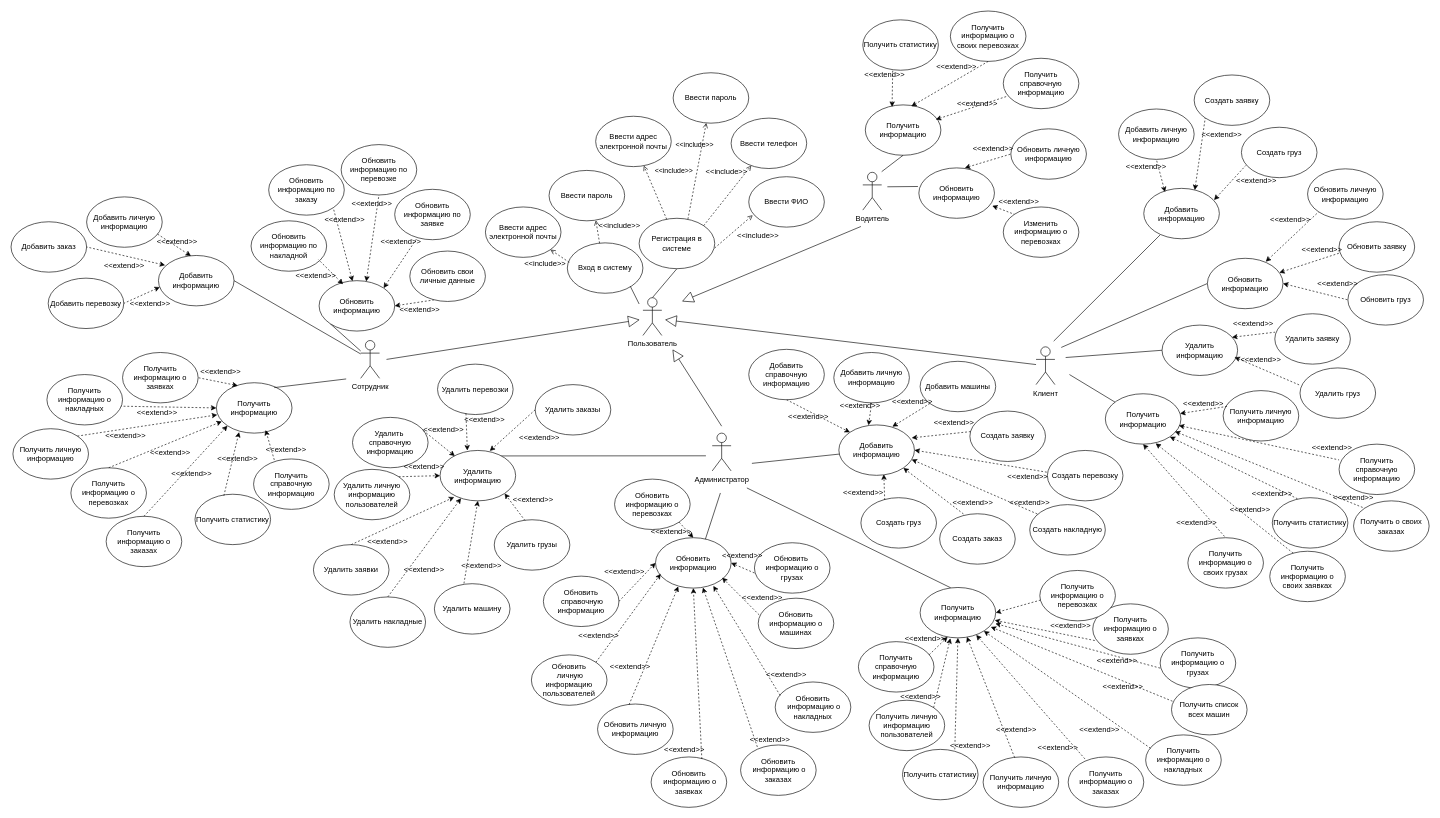
This is kursachIspolzovanie.drawio from Alexander-Bankov/draw, a draw.io file, before an edit. Source tidied: cells renumbered, new cells numbered last; positions are measured from the earlier drawing's top-left corner, leaving out a move shared by most shapes. Both pictures are drawn from the tidied source at 63%, with x=0, y=0 at pixel (11, 11).
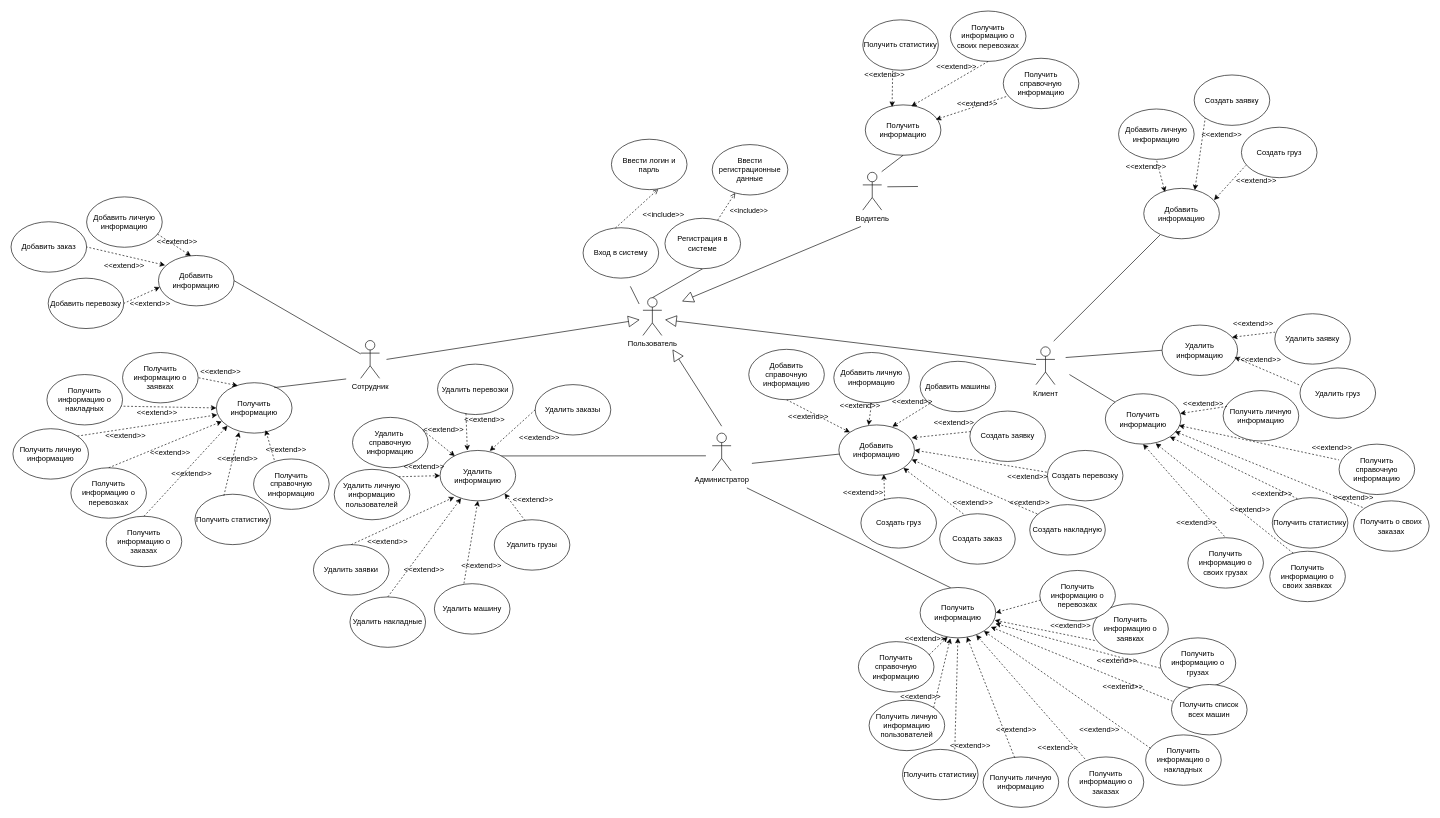
The same page after the edit.

The change refers to these unchanged cells:
```xml
<mxCell id="3" value="Сотрудник" style="shape=umlActor;verticalLabelPosition=bottom;verticalAlign=top;html=1;outlineConnect=0;" parent="1" vertex="1">
  <mxGeometry x="555" y="523" width="30" height="60" as="geometry" />
</mxCell>
```

What changed in the source:
```diff
@@
-    <mxCell id="2" style="rounded=0;jettySize=auto;html=1;entryX=0;entryY=1;entryDx=0;entryDy=0;endArrow=none;startFill=0;" parent="1" edge="1" source="3" target="25">
-      <mxGeometry relative="1" as="geometry" />
-    </mxCell>
@@
-    <mxCell id="4" style="rounded=0;jettySize=auto;html=1;endArrow=none;startFill=0;entryX=0;entryY=0.5;entryDx=0;entryDy=0;" parent="1" edge="1" target="13">
-      <mxGeometry relative="1" as="geometry">
-        <mxPoint x="1667" y="534" as="sourcePoint" />
-      </mxGeometry>
-    </mxCell>
@@
-    <mxCell id="13" value="Обновить информацию" style="ellipse;whiteSpace=wrap;html=1;" parent="1" vertex="1">
-      <mxGeometry x="1899" y="392.5" width="120" height="80" as="geometry" />
-    </mxCell>
@@
     <mxCell id="16" value="Регистрация в системе" style="ellipse;whiteSpace=wrap;html=1;" parent="1" vertex="1">
-      <mxGeometry x="997" y="329" width="120" height="80" as="geometry" />
+      <mxGeometry x="1038" y="329" width="120" height="80" as="geometry" />
     </mxCell>
-    <mxCell id="17" value="Ввести пароль" style="ellipse;whiteSpace=wrap;html=1;" parent="1" vertex="1">
-      <mxGeometry x="1051" y="98" width="120" height="80" as="geometry" />
-    </mxCell>
-    <mxCell id="18" value="Ввести адрес электронной почты" style="ellipse;whiteSpace=wrap;html=1;" parent="1" vertex="1">
-      <mxGeometry x="928" y="167" width="120" height="80" as="geometry" />
+    <mxCell id="18" value="Ввести регистрационные данные" style="ellipse;whiteSpace=wrap;html=1;" parent="1" vertex="1">
+      <mxGeometry x="1113" y="212" width="120" height="80" as="geometry" />
     </mxCell>
-    <mxCell id="19" value="&amp;lt;&amp;lt;include&amp;gt;&amp;gt;" style="html=1;verticalAlign=bottom;labelBackgroundColor=none;endArrow=open;endFill=0;dashed=1;rounded=0;exitX=0.645;exitY=0.017;exitDx=0;exitDy=0;exitPerimeter=0;" parent="1" edge="1" source="16" target="17">
-      <mxGeometry x="0.4" y="10" relative="1" as="geometry" />
-    </mxCell>
@@
-    <mxCell id="25" value="Обновить информацию" style="ellipse;whiteSpace=wrap;html=1;" parent="1" vertex="1">
-      <mxGeometry x="489" y="428" width="120" height="80" as="geometry" />
-    </mxCell>
-    <mxCell id="26" value="Ввести телефон" style="ellipse;whiteSpace=wrap;html=1;" parent="1" vertex="1">
-      <mxGeometry x="1143" y="170" width="120" height="80" as="geometry" />
-    </mxCell>
-    <mxCell id="27" value="Ввести ФИО" style="ellipse;whiteSpace=wrap;html=1;" parent="1" vertex="1">
-      <mxGeometry x="1171" y="263" width="120" height="80" as="geometry" />
-    </mxCell>
-    <mxCell id="28" style="html=1;verticalAlign=bottom;labelBackgroundColor=none;endArrow=open;endFill=0;dashed=1;rounded=0;exitX=1;exitY=0;exitDx=0;exitDy=0;" parent="1" edge="1" source="16" target="26">
-      <mxGeometry x="0.35" y="18" relative="1" as="geometry">
-        <mxPoint x="1" as="offset" />
-      </mxGeometry>
-    </mxCell>
-    <mxCell id="29" value="&amp;lt;&amp;lt;include&amp;gt;&amp;gt;" style="text;html=1;align=center;verticalAlign=middle;whiteSpace=wrap;rounded=0;" parent="1" vertex="1">
-      <mxGeometry x="1161" y="349" width="50" height="16" as="geometry" />
-    </mxCell>
-    <mxCell id="30" style="html=1;verticalAlign=bottom;labelBackgroundColor=none;endArrow=open;endFill=0;dashed=1;rounded=0;exitX=0.999;exitY=0.59;exitDx=0;exitDy=0;entryX=0.052;entryY=0.764;entryDx=0;entryDy=0;exitPerimeter=0;entryPerimeter=0;" parent="1" edge="1" source="16" target="27">
-      <mxGeometry x="0.35" y="18" relative="1" as="geometry">
-        <mxPoint x="1" as="offset" />
-      </mxGeometry>
-    </mxCell>
-    <mxCell id="31" value="&amp;lt;&amp;lt;include&amp;gt;&amp;gt;" style="text;html=1;align=center;verticalAlign=middle;whiteSpace=wrap;rounded=0;" parent="1" vertex="1">
-      <mxGeometry x="1111" y="247" width="50" height="16" as="geometry" />
-    </mxCell>
     <mxCell id="32" value="Вход в систему" style="ellipse;whiteSpace=wrap;html=1;" parent="1" vertex="1">
-      <mxGeometry x="883" y="368" width="120" height="80" as="geometry" />
+      <mxGeometry x="908" y="344" width="120" height="80" as="geometry" />
     </mxCell>
-    <mxCell id="33" value="Ввести адрес электронной почты" style="ellipse;whiteSpace=wrap;html=1;" parent="1" vertex="1">
-      <mxGeometry x="753" y="311" width="120" height="80" as="geometry" />
-    </mxCell>
-    <mxCell id="34" value="Ввести пароль" style="ellipse;whiteSpace=wrap;html=1;" parent="1" vertex="1">
-      <mxGeometry x="854" y="253" width="120" height="80" as="geometry" />
+    <mxCell id="34" value="Ввести логин и парль" style="ellipse;whiteSpace=wrap;html=1;" parent="1" vertex="1">
+      <mxGeometry x="953" y="203.5" width="120" height="80" as="geometry" />
     </mxCell>
@@
-    <mxCell id="36" style="html=1;verticalAlign=bottom;labelBackgroundColor=none;endArrow=open;endFill=0;dashed=1;rounded=0;exitX=0.026;exitY=0.387;exitDx=0;exitDy=0;exitPerimeter=0;" parent="1" edge="1" source="32" target="33">
-      <mxGeometry x="0.35" y="18" relative="1" as="geometry">
-        <mxPoint x="1" as="offset" />
-      </mxGeometry>
-    </mxCell>
-    <mxCell id="37" value="&amp;lt;&amp;lt;include&amp;gt;&amp;gt;" style="text;html=1;align=center;verticalAlign=middle;whiteSpace=wrap;rounded=0;" parent="1" vertex="1">
-      <mxGeometry x="823" y="393" width="50" height="16" as="geometry" />
-    </mxCell>
@@
-    <mxCell id="45" value="Обновить информацию" style="ellipse;whiteSpace=wrap;html=1;" parent="1" vertex="1">
-      <mxGeometry x="1441" y="249" width="120" height="80" as="geometry" />
-    </mxCell>
     <mxCell id="46" value="&amp;lt;&amp;lt;include&amp;gt;&amp;gt;" style="text;html=1;align=center;verticalAlign=middle;whiteSpace=wrap;rounded=0;" parent="1" vertex="1">
-      <mxGeometry x="941" y="333" width="50" height="16" as="geometry" />
+      <mxGeometry x="1011" y="316" width="50" height="16" as="geometry" />
     </mxCell>
@@
-    <mxCell id="49" style="endArrow=none;html=1;rounded=0;startFill=0;exitX=0.653;exitY=0.06;exitDx=0;exitDy=0;exitPerimeter=0;" parent="1" edge="1" source="183">
-      <mxGeometry relative="1" as="geometry">
-        <mxPoint x="1126" y="765" as="targetPoint" />
-      </mxGeometry>
-    </mxCell>
-    <mxCell id="50" value="Обновить свои личные данные" style="ellipse;whiteSpace=wrap;html=1;" parent="1" vertex="1">
-      <mxGeometry x="633" y="381" width="120" height="80" as="geometry" />
-    </mxCell>
-    <mxCell id="51" style="endArrow=none;html=1;rounded=0;entryX=0.318;entryY=0.97;entryDx=0;entryDy=0;entryPerimeter=0;exitX=1;exitY=0.5;exitDx=0;exitDy=0;dashed=1;startArrow=classic;startFill=1;" parent="1" edge="1" source="25" target="50">
-      <mxGeometry relative="1" as="geometry" />
-    </mxCell>
@@
-    <mxCell id="53" value="Обновить личную информацию" style="ellipse;whiteSpace=wrap;html=1;" parent="1" vertex="1">
-      <mxGeometry x="2058" y="250.5" width="120" height="80" as="geometry" />
-    </mxCell>
@@
-    <mxCell id="62" value="Обновить груз" style="ellipse;whiteSpace=wrap;html=1;" parent="1" vertex="1">
-      <mxGeometry x="2122" y="418.5" width="120" height="80" as="geometry" />
-    </mxCell>
-    <mxCell id="63" value="Обновить заявку" style="ellipse;whiteSpace=wrap;html=1;" parent="1" vertex="1">
-      <mxGeometry x="2108" y="334.5" width="120" height="80" as="geometry" />
-    </mxCell>
-    <mxCell id="64" style="endArrow=none;html=1;rounded=0;entryX=0;entryY=1;entryDx=0;entryDy=0;exitX=0.772;exitY=0.067;exitDx=0;exitDy=0;exitPerimeter=0;dashed=1;startArrow=classic;startFill=1;" parent="1" edge="1" source="13" target="53">
-      <mxGeometry relative="1" as="geometry" />
-    </mxCell>
-    <mxCell id="65" style="endArrow=none;html=1;rounded=0;entryX=0.018;entryY=0.615;entryDx=0;entryDy=0;entryPerimeter=0;dashed=1;startArrow=classic;startFill=1;" parent="1" edge="1" source="13" target="63">
-      <mxGeometry relative="1" as="geometry" />
-    </mxCell>
-    <mxCell id="66" style="endArrow=none;html=1;rounded=0;entryX=0;entryY=0.5;entryDx=0;entryDy=0;exitX=1;exitY=0.5;exitDx=0;exitDy=0;dashed=1;startArrow=classic;startFill=1;" parent="1" edge="1" source="13" target="62">
-      <mxGeometry relative="1" as="geometry" />
-    </mxCell>
@@
-    <mxCell id="85" value="Обновить личную информацию" style="ellipse;whiteSpace=wrap;html=1;" parent="1" vertex="1">
-      <mxGeometry x="1587" y="187" width="120" height="80" as="geometry" />
-    </mxCell>
-    <mxCell id="86" value="Изменить информацию о перевозках" style="ellipse;whiteSpace=wrap;html=1;" parent="1" vertex="1">
-      <mxGeometry x="1575" y="311" width="120" height="80" as="geometry" />
-    </mxCell>
@@
-    <mxCell id="90" style="endArrow=none;html=1;rounded=0;exitX=0.608;exitY=0;exitDx=0;exitDy=0;exitPerimeter=0;entryX=0;entryY=0.5;entryDx=0;entryDy=0;dashed=1;startArrow=classic;startFill=1;" parent="1" edge="1" source="45" target="85">
-      <mxGeometry relative="1" as="geometry" />
-    </mxCell>
-    <mxCell id="91" style="endArrow=none;html=1;rounded=0;entryX=0;entryY=0;entryDx=0;entryDy=0;exitX=0.971;exitY=0.751;exitDx=0;exitDy=0;exitPerimeter=0;dashed=1;startArrow=classic;startFill=1;" parent="1" edge="1" source="45" target="86">
-      <mxGeometry relative="1" as="geometry" />
-    </mxCell>
@@
-    <mxCell id="93" style="endArrow=none;html=1;rounded=0;entryX=-0.012;entryY=0.369;entryDx=0;entryDy=0;entryPerimeter=0;" parent="1" edge="1" target="45">
+    <mxCell id="93" style="endArrow=none;html=1;rounded=0;entryX=-0.012;entryY=0.369;entryDx=0;entryDy=0;entryPerimeter=0;" parent="1" edge="1">
       <mxGeometry relative="1" as="geometry">
         <mxPoint x="1391" y="279" as="sourcePoint" />
+        <mxPoint x="1439.6" y="278.5" as="targetPoint" />
       </mxGeometry>
     </mxCell>
-    <mxCell id="94" value="Обновить информацию по заявке" style="ellipse;whiteSpace=wrap;html=1;" parent="1" vertex="1">
-      <mxGeometry x="609" y="283" width="120" height="80" as="geometry" />
-    </mxCell>
-    <mxCell id="95" value="Обновить информацию по заказу" style="ellipse;whiteSpace=wrap;html=1;" parent="1" vertex="1">
-      <mxGeometry x="409" y="244" width="120" height="80" as="geometry" />
-    </mxCell>
-    <mxCell id="96" value="Обновить информацию по накладной" style="ellipse;whiteSpace=wrap;html=1;" parent="1" vertex="1">
-      <mxGeometry x="381" y="333" width="120" height="80" as="geometry" />
-    </mxCell>
-    <mxCell id="97" value="Обновить информацию по перевозке" style="ellipse;whiteSpace=wrap;html=1;" parent="1" vertex="1">
-      <mxGeometry x="524" y="212" width="120" height="80" as="geometry" />
-    </mxCell>
-    <mxCell id="98" style="endArrow=none;html=1;rounded=0;entryX=0.299;entryY=0.961;entryDx=0;entryDy=0;entryPerimeter=0;exitX=1;exitY=0;exitDx=0;exitDy=0;startArrow=classic;startFill=1;dashed=1;" parent="1" edge="1" source="25" target="94">
-      <mxGeometry relative="1" as="geometry" />
-    </mxCell>
-    <mxCell id="99" style="endArrow=none;html=1;rounded=0;entryX=0.5;entryY=1;entryDx=0;entryDy=0;exitX=0.624;exitY=0.017;exitDx=0;exitDy=0;exitPerimeter=0;startArrow=classic;startFill=1;dashed=1;" parent="1" edge="1" source="25" target="97">
-      <mxGeometry relative="1" as="geometry" />
-    </mxCell>
-    <mxCell id="100" style="endArrow=none;html=1;rounded=0;entryX=1;entryY=1;entryDx=0;entryDy=0;startArrow=classic;startFill=1;exitX=0.442;exitY=0.012;exitDx=0;exitDy=0;exitPerimeter=0;dashed=1;" parent="1" edge="1" source="25" target="95">
-      <mxGeometry relative="1" as="geometry" />
-    </mxCell>
-    <mxCell id="101" style="endArrow=none;html=1;rounded=0;exitX=0.317;exitY=0.07;exitDx=0;exitDy=0;exitPerimeter=0;startFill=1;startArrow=classic;entryX=0.892;entryY=0.77;entryDx=0;entryDy=0;entryPerimeter=0;dashed=1;" parent="1" edge="1" source="25" target="96">
-      <mxGeometry relative="1" as="geometry" />
-    </mxCell>
@@
-    <mxCell id="125" value="&amp;lt;&amp;lt;extend&amp;gt;&amp;gt;" style="text;html=1;align=center;verticalAlign=middle;whiteSpace=wrap;rounded=0;" parent="1" vertex="1">
-      <mxGeometry x="2056" y="370.5" width="50" height="16" as="geometry" />
-    </mxCell>
-    <mxCell id="126" value="&amp;lt;&amp;lt;extend&amp;gt;&amp;gt;" style="text;html=1;align=center;verticalAlign=middle;whiteSpace=wrap;rounded=0;" parent="1" vertex="1">
-      <mxGeometry x="2081" y="428.5" width="50" height="8" as="geometry" />
-    </mxCell>
-    <mxCell id="127" value="&amp;lt;&amp;lt;extend&amp;gt;&amp;gt;" style="text;html=1;align=center;verticalAlign=middle;whiteSpace=wrap;rounded=0;" parent="1" vertex="1">
-      <mxGeometry x="2006" y="323.5" width="50" height="16" as="geometry" />
-    </mxCell>
@@
-    <mxCell id="134" value="&amp;lt;&amp;lt;extend&amp;gt;&amp;gt;" style="text;html=1;align=center;verticalAlign=middle;whiteSpace=wrap;rounded=0;" parent="1" vertex="1">
-      <mxGeometry x="1575" y="295" width="50" height="16" as="geometry" />
-    </mxCell>
-    <mxCell id="135" value="&amp;lt;&amp;lt;extend&amp;gt;&amp;gt;" style="text;html=1;align=center;verticalAlign=middle;whiteSpace=wrap;rounded=0;" parent="1" vertex="1">
-      <mxGeometry x="1534" y="211" width="50" height="16" as="geometry" />
-    </mxCell>
@@
-    <mxCell id="139" value="&amp;lt;&amp;lt;extend&amp;gt;&amp;gt;" style="text;html=1;align=center;verticalAlign=middle;whiteSpace=wrap;rounded=0;" parent="1" vertex="1">
-      <mxGeometry x="459" y="413" width="50" height="16" as="geometry" />
-    </mxCell>
-    <mxCell id="140" value="&amp;lt;&amp;lt;extend&amp;gt;&amp;gt;" style="text;html=1;align=center;verticalAlign=middle;whiteSpace=wrap;rounded=0;" parent="1" vertex="1">
-      <mxGeometry x="505" y="324" width="50" height="16" as="geometry" />
-    </mxCell>
-    <mxCell id="141" value="&amp;lt;&amp;lt;extend&amp;gt;&amp;gt;" style="text;html=1;align=center;verticalAlign=middle;whiteSpace=wrap;rounded=0;" parent="1" vertex="1">
-      <mxGeometry x="548" y="298" width="50" height="16" as="geometry" />
-    </mxCell>
-    <mxCell id="142" value="&amp;lt;&amp;lt;extend&amp;gt;&amp;gt;" style="text;html=1;align=center;verticalAlign=middle;whiteSpace=wrap;rounded=0;" parent="1" vertex="1">
-      <mxGeometry x="594" y="359" width="50" height="16" as="geometry" />
-    </mxCell>
-    <mxCell id="143" value="&amp;lt;&amp;lt;extend&amp;gt;&amp;gt;" style="text;html=1;align=center;verticalAlign=middle;whiteSpace=wrap;rounded=0;" parent="1" vertex="1">
-      <mxGeometry x="624" y="466" width="50" height="16" as="geometry" />
-    </mxCell>
@@
-    <mxCell id="183" value="Обновить информацию" style="ellipse;whiteSpace=wrap;html=1;" parent="1" vertex="1">
-      <mxGeometry x="1023" y="836" width="120" height="80" as="geometry" />
-    </mxCell>
-    <mxCell id="184" value="Обновить&lt;br&gt;&amp;nbsp;информацию о заявках" style="ellipse;whiteSpace=wrap;html=1;" parent="1" vertex="1">
-      <mxGeometry x="1016" y="1184" width="120" height="80" as="geometry" />
-    </mxCell>
-    <mxCell id="185" value="Обновить&lt;br&gt;информацию о перевозках" style="ellipse;whiteSpace=wrap;html=1;" parent="1" vertex="1">
-      <mxGeometry x="958" y="743" width="120" height="80" as="geometry" />
-    </mxCell>
-    <mxCell id="186" value="Обновить&amp;nbsp;&lt;br&gt;информацию о грузах" style="ellipse;whiteSpace=wrap;html=1;" parent="1" vertex="1">
-      <mxGeometry x="1180" y="844" width="120" height="80" as="geometry" />
-    </mxCell>
-    <mxCell id="187" value="Обновить&lt;br&gt;&amp;nbsp;информацию о накладных" style="ellipse;whiteSpace=wrap;html=1;" parent="1" vertex="1">
-      <mxGeometry x="1213" y="1065" width="120" height="80" as="geometry" />
-    </mxCell>
-    <mxCell id="188" value="Обновить&lt;br&gt;&amp;nbsp;информацию о заказах" style="ellipse;whiteSpace=wrap;html=1;" parent="1" vertex="1">
-      <mxGeometry x="1158" y="1165" width="120" height="80" as="geometry" />
-    </mxCell>
-    <mxCell id="189" value="Обновить&amp;nbsp;личную информацию" style="ellipse;whiteSpace=wrap;html=1;" parent="1" vertex="1">
-      <mxGeometry x="931" y="1100" width="120" height="80" as="geometry" />
-    </mxCell>
-    <mxCell id="190" value="Обновить&lt;br&gt;&amp;nbsp;личную информацию пользователей" style="ellipse;whiteSpace=wrap;html=1;" parent="1" vertex="1">
-      <mxGeometry x="826" y="1022" width="120" height="80" as="geometry" />
-    </mxCell>
-    <mxCell id="191" value="Обновить информацию о машинах" style="ellipse;whiteSpace=wrap;html=1;" parent="1" vertex="1">
-      <mxGeometry x="1186" y="932" width="120" height="80" as="geometry" />
-    </mxCell>
-    <mxCell id="192" value="Обновить&lt;br&gt;&amp;nbsp;справочную информацию" style="ellipse;whiteSpace=wrap;html=1;" parent="1" vertex="1">
-      <mxGeometry x="845" y="897" width="120" height="80" as="geometry" />
-    </mxCell>
-    <mxCell id="193" style="endArrow=classic;html=1;rounded=0;exitX=1;exitY=0.5;exitDx=0;exitDy=0;dashed=1;entryX=0;entryY=0.5;entryDx=0;entryDy=0;" parent="1" edge="1" source="192" target="183">
-      <mxGeometry relative="1" as="geometry" />
-    </mxCell>
-    <mxCell id="194" style="endArrow=classic;html=1;rounded=0;entryX=0.5;entryY=0;entryDx=0;entryDy=0;exitX=1;exitY=1;exitDx=0;exitDy=0;dashed=1;" parent="1" edge="1" source="185" target="183">
-      <mxGeometry relative="1" as="geometry" />
-    </mxCell>
-    <mxCell id="195" style="endArrow=classic;html=1;rounded=0;exitX=1;exitY=0;exitDx=0;exitDy=0;dashed=1;entryX=0.069;entryY=0.717;entryDx=0;entryDy=0;entryPerimeter=0;" parent="1" edge="1" source="190" target="183">
-      <mxGeometry relative="1" as="geometry" />
-    </mxCell>
-    <mxCell id="196" style="endArrow=classic;html=1;rounded=0;exitX=0.417;exitY=0.013;exitDx=0;exitDy=0;exitPerimeter=0;entryX=0.301;entryY=0.967;entryDx=0;entryDy=0;entryPerimeter=0;dashed=1;" parent="1" edge="1" source="189" target="183">
-      <mxGeometry relative="1" as="geometry" />
-    </mxCell>
-    <mxCell id="197" style="endArrow=classic;html=1;rounded=0;exitX=0.222;exitY=0.039;exitDx=0;exitDy=0;exitPerimeter=0;dashed=1;entryX=0.627;entryY=0.989;entryDx=0;entryDy=0;entryPerimeter=0;" parent="1" edge="1" source="188" target="183">
-      <mxGeometry relative="1" as="geometry" />
-    </mxCell>
-    <mxCell id="198" style="endArrow=classic;html=1;rounded=0;entryX=0.5;entryY=1;entryDx=0;entryDy=0;exitX=0.671;exitY=0.041;exitDx=0;exitDy=0;exitPerimeter=0;dashed=1;" parent="1" edge="1" source="184" target="183">
-      <mxGeometry relative="1" as="geometry" />
-    </mxCell>
-    <mxCell id="199" style="endArrow=classic;html=1;rounded=0;exitX=0.065;exitY=0.266;exitDx=0;exitDy=0;exitPerimeter=0;dashed=1;entryX=0.765;entryY=0.956;entryDx=0;entryDy=0;entryPerimeter=0;" parent="1" edge="1" source="187" target="183">
-      <mxGeometry relative="1" as="geometry" />
-    </mxCell>
-    <mxCell id="200" style="endArrow=classic;html=1;rounded=0;entryX=1;entryY=0.5;entryDx=0;entryDy=0;exitX=0;exitY=0.6;exitDx=0;exitDy=0;exitPerimeter=0;dashed=1;" parent="1" edge="1" source="186" target="183">
-      <mxGeometry relative="1" as="geometry" />
-    </mxCell>
-    <mxCell id="201" style="endArrow=classic;html=1;rounded=0;exitX=0.013;exitY=0.332;exitDx=0;exitDy=0;exitPerimeter=0;dashed=1;entryX=0.881;entryY=0.793;entryDx=0;entryDy=0;entryPerimeter=0;" parent="1" edge="1" source="191" target="183">
-      <mxGeometry relative="1" as="geometry" />
-    </mxCell>
@@
-    <mxCell id="235" value="&amp;lt;&amp;lt;extend&amp;gt;&amp;gt;" style="text;html=1;align=center;verticalAlign=middle;whiteSpace=wrap;rounded=0;" parent="1" vertex="1">
-      <mxGeometry x="908" y="984" width="50" height="16" as="geometry" />
-    </mxCell>
@@
-    <mxCell id="241" value="&amp;lt;&amp;lt;extend&amp;gt;&amp;gt;" style="text;html=1;align=center;verticalAlign=middle;whiteSpace=wrap;rounded=0;" parent="1" vertex="1">
-      <mxGeometry x="949" y="882" width="50" height="16" as="geometry" />
-    </mxCell>
@@
-    <mxCell id="246" value="&amp;lt;&amp;lt;extend&amp;gt;&amp;gt;" style="text;html=1;align=center;verticalAlign=middle;whiteSpace=wrap;rounded=0;" parent="1" vertex="1">
-      <mxGeometry x="958" y="1033" width="50" height="16" as="geometry" />
-    </mxCell>
-    <mxCell id="247" value="&amp;lt;&amp;lt;extend&amp;gt;&amp;gt;" style="text;html=1;align=center;verticalAlign=middle;whiteSpace=wrap;rounded=0;" parent="1" vertex="1">
-      <mxGeometry x="1044" y="1164" width="50" height="16" as="geometry" />
-    </mxCell>
-    <mxCell id="248" value="&amp;lt;&amp;lt;extend&amp;gt;&amp;gt;" style="text;html=1;align=center;verticalAlign=middle;whiteSpace=wrap;rounded=0;" parent="1" vertex="1">
-      <mxGeometry x="1136" y="856" width="50" height="16" as="geometry" />
-    </mxCell>
-    <mxCell id="249" value="&amp;lt;&amp;lt;extend&amp;gt;&amp;gt;" style="text;html=1;align=center;verticalAlign=middle;whiteSpace=wrap;rounded=0;" parent="1" vertex="1">
-      <mxGeometry x="1168" y="924" width="50" height="16" as="geometry" />
-    </mxCell>
@@
-    <mxCell id="253" value="&amp;lt;&amp;lt;extend&amp;gt;&amp;gt;" style="text;html=1;align=center;verticalAlign=middle;whiteSpace=wrap;rounded=0;" parent="1" vertex="1">
-      <mxGeometry x="1180" y="1148" width="50" height="16" as="geometry" />
-    </mxCell>
-    <mxCell id="254" value="&amp;lt;&amp;lt;extend&amp;gt;&amp;gt;" style="text;html=1;align=center;verticalAlign=middle;whiteSpace=wrap;rounded=0;" parent="1" vertex="1">
-      <mxGeometry x="1206" y="1046" width="50" height="16" as="geometry" />
-    </mxCell>
-    <mxCell id="255" value="&amp;lt;&amp;lt;extend&amp;gt;&amp;gt;" style="text;html=1;align=center;verticalAlign=middle;whiteSpace=wrap;rounded=0;" parent="1" vertex="1">
-      <mxGeometry x="1023" y="818" width="50" height="16" as="geometry" />
-    </mxCell>
```
